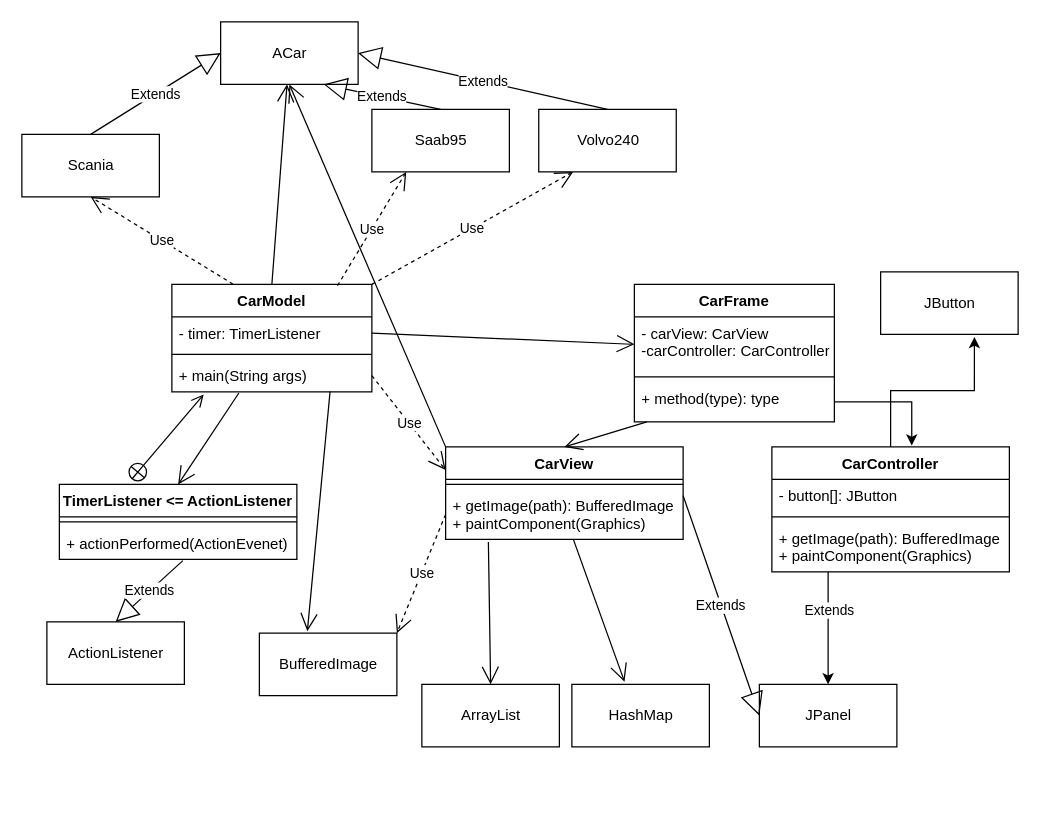
Above: Suggested Improvement.drawio in Eliasers/DIT953-lab1 (draw.io), before the change. Source tidied: cells renumbered, new cells numbered last; positions are measured from the earlier drawing's top-left corner, leaving out a move shared by most shapes. Both pictures are drawn from the tidied source at 125%, with x=0, y=0 at pixel (21, 21).
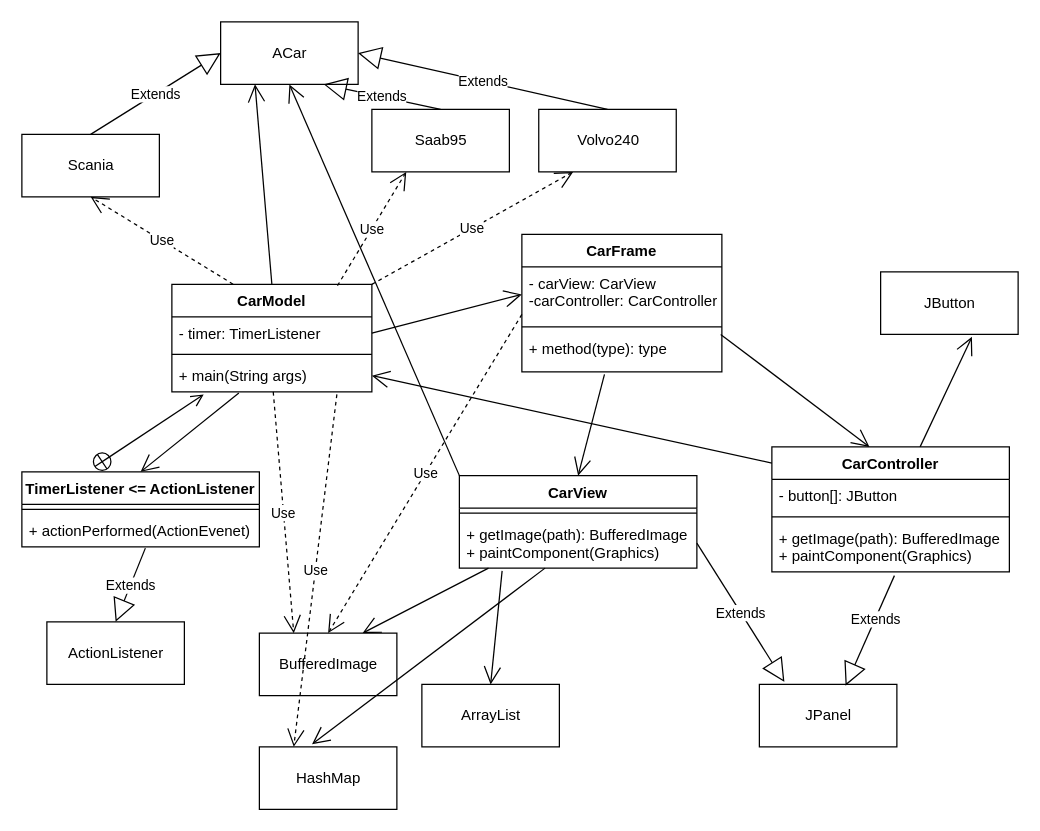
The same page after the edit.

The change refers to these unchanged cells:
```xml
<mxCell id="5" value="CarModel" style="swimlane;fontStyle=1;align=center;verticalAlign=top;horizontal=1;startSize=26;" parent="1" vertex="1">
  <mxGeometry x="120" y="210" width="160" height="86" as="geometry" />
</mxCell>
<mxCell id="8" value="+ main(String args)&#10;" style="text;strokeColor=none;fillColor=none;align=left;verticalAlign=top;spacingLeft=4;spacingRight=4;overflow=hidden;points=[[0,0.5],[1,0.5]];portConstraint=eastwest;" parent="5" vertex="1">
  <mxGeometry y="60" width="160" height="26" as="geometry" />
</mxCell>
<mxCell id="13" value="- carView: CarView&#10;-carController: CarController" style="text;strokeColor=none;fillColor=none;align=left;verticalAlign=top;spacingLeft=4;spacingRight=4;overflow=hidden;points=[[0,0.5],[1,0.5]];portConstraint=eastwest;" parent="12" vertex="1">
  <mxGeometry y="26" width="160" height="44" as="geometry" />
</mxCell>
<mxCell id="15" value="+ method(type): type" style="text;strokeColor=none;fillColor=none;align=left;verticalAlign=top;spacingLeft=4;spacingRight=4;overflow=hidden;points=[[0,0.5],[1,0.5]];portConstraint=eastwest;" parent="12" vertex="1">
  <mxGeometry y="78" width="160" height="32" as="geometry" />
</mxCell>
<mxCell id="18" value="+ getImage(path): BufferedImage&#10;+ paintComponent(Graphics)" style="text;strokeColor=none;fillColor=none;align=left;verticalAlign=top;spacingLeft=4;spacingRight=4;overflow=hidden;points=[[0,0.5],[1,0.5]];portConstraint=eastwest;" parent="16" vertex="1">
  <mxGeometry y="34" width="190" height="40" as="geometry" />
</mxCell>
<mxCell id="19" value="ACar" style="html=1;" parent="1" vertex="1">
  <mxGeometry x="159" width="110" height="50" as="geometry" />
</mxCell>
<mxCell id="24" value="JPanel" style="html=1;" parent="1" vertex="1">
  <mxGeometry x="590" y="530" width="110" height="50" as="geometry" />
</mxCell>
<mxCell id="27" value="JButton" style="html=1;" parent="1" vertex="1">
  <mxGeometry x="687" y="200" width="110" height="50" as="geometry" />
</mxCell>
<mxCell id="29" value="BufferedImage" style="html=1;" parent="1" vertex="1">
  <mxGeometry x="190" y="489" width="110" height="50" as="geometry" />
</mxCell>
<mxCell id="46" value="CarController" style="swimlane;fontStyle=1;align=center;verticalAlign=top;horizontal=1;startSize=26;" parent="1" vertex="1">
  <mxGeometry x="600" y="340" width="190" height="100" as="geometry" />
</mxCell>
<mxCell id="49" value="+ getImage(path): BufferedImage&#10;+ paintComponent(Graphics)" style="text;strokeColor=none;fillColor=none;align=left;verticalAlign=top;spacingLeft=4;spacingRight=4;overflow=hidden;points=[[0,0.5],[1,0.5]];portConstraint=eastwest;" parent="46" vertex="1">
  <mxGeometry y="60" width="190" height="40" as="geometry" />
</mxCell>
```

What changed in the source:
```diff
@@
     <mxCell id="9" value="TimerListener &lt;= ActionListener" style="swimlane;fontStyle=1;align=center;verticalAlign=top;horizontal=1;startSize=26;" parent="1" vertex="1">
-      <mxGeometry x="30" y="370" width="190" height="60" as="geometry" />
+      <mxGeometry y="360" width="190" height="60" as="geometry" />
     </mxCell>
@@
     <mxCell id="12" value="CarFrame" style="swimlane;fontStyle=1;align=center;verticalAlign=top;horizontal=1;startSize=26;" parent="1" vertex="1">
-      <mxGeometry x="490" y="210" width="160" height="110" as="geometry" />
+      <mxGeometry x="400" y="170" width="160" height="110" as="geometry" />
     </mxCell>
@@
+    <mxCell id="53" style="edgeStyle=none;jettySize=auto;html=1;entryX=0.75;entryY=0;entryDx=0;entryDy=0;endArrow=open;endFill=1;endSize=12;" parent="1" edge="1" source="16" target="29">
+      <mxGeometry relative="1" as="geometry" />
+    </mxCell>
     <mxCell id="16" value="CarView" style="swimlane;fontStyle=1;align=center;verticalAlign=top;horizontal=1;startSize=26;" parent="1" vertex="1">
-      <mxGeometry x="339" y="340" width="190" height="74" as="geometry" />
+      <mxGeometry x="350" y="363" width="190" height="74" as="geometry" />
     </mxCell>
@@
-    <mxCell id="26" style="endArrow=open;endFill=1;endSize=12;html=1;exitX=0.5;exitY=0;exitDx=0;exitDy=0;" parent="1" edge="1" source="5" target="19">
+    <mxCell id="26" style="endArrow=open;endFill=1;endSize=12;html=1;exitX=0.5;exitY=0;exitDx=0;exitDy=0;entryX=0.25;entryY=1;entryDx=0;entryDy=0;" parent="1" edge="1" source="5" target="19">
       <mxGeometry relative="1" as="geometry" />
     </mxCell>
@@
     <mxCell id="30" value="HashMap" style="html=1;" parent="1" vertex="1">
-      <mxGeometry x="440" y="530" width="110" height="50" as="geometry" />
+      <mxGeometry x="190" y="580" width="110" height="50" as="geometry" />
     </mxCell>
@@
-    <mxCell id="36" value="Extends" style="endArrow=block;endSize=16;endFill=0;html=1;exitX=1;exitY=0.5;exitDx=0;exitDy=0;entryX=0;entryY=0.5;entryDx=0;entryDy=0;" parent="1" edge="1" target="24">
-      <mxGeometry relative="1" as="geometry">
-        <mxPoint x="529" y="379" as="sourcePoint" />
-      </mxGeometry>
+    <mxCell id="36" value="Extends" style="endArrow=block;endSize=16;endFill=0;html=1;exitX=1;exitY=0.5;exitDx=0;exitDy=0;entryX=0.182;entryY=-0.04;entryDx=0;entryDy=0;entryPerimeter=0;" parent="1" edge="1" source="18" target="24">
+      <mxGeometry relative="1" as="geometry" />
     </mxCell>
@@
-    <mxCell id="39" value="Use" style="endArrow=open;endSize=12;dashed=1;html=1;exitX=0;exitY=0.5;exitDx=0;exitDy=0;entryX=1;entryY=0;entryDx=0;entryDy=0;" parent="1" edge="1" source="18" target="29">
-      <mxGeometry relative="1" as="geometry" />
-    </mxCell>
-    <mxCell id="40" style="endArrow=open;endFill=1;endSize=12;html=1;entryX=0.5;entryY=0;entryDx=0;entryDy=0;" parent="1" edge="1" target="16">
-      <mxGeometry relative="1" as="geometry">
-        <mxPoint x="500" y="320" as="sourcePoint" />
-      </mxGeometry>
+    <mxCell id="40" style="endArrow=open;endFill=1;endSize=12;html=1;entryX=0.5;entryY=0;entryDx=0;entryDy=0;exitX=0.413;exitY=1.063;exitDx=0;exitDy=0;exitPerimeter=0;" parent="1" edge="1" source="15" target="16">
+      <mxGeometry relative="1" as="geometry" />
     </mxCell>
-    <mxCell id="41" style="endArrow=open;endFill=1;endSize=12;html=1;entryX=0.349;entryY=-0.031;entryDx=0;entryDy=0;entryPerimeter=0;exitX=0.791;exitY=0.989;exitDx=0;exitDy=0;exitPerimeter=0;" parent="1" edge="1" source="8" target="29">
-      <mxGeometry relative="1" as="geometry" />
-    </mxCell>
@@
-    <mxCell id="44" value="Use" style="endArrow=open;endSize=12;dashed=1;html=1;exitX=1;exitY=0.5;exitDx=0;exitDy=0;entryX=0;entryY=0.25;entryDx=0;entryDy=0;" parent="1" edge="1" source="8" target="16">
-      <mxGeometry relative="1" as="geometry" />
-    </mxCell>
-    <mxCell id="45" style="edgeStyle=orthogonalEdgeStyle;rounded=0;jettySize=auto;html=1;entryX=0.682;entryY=1.04;entryDx=0;entryDy=0;entryPerimeter=0;" parent="1" edge="1" source="46" target="27">
+    <mxCell id="45" style="edgeStyle=none;jettySize=auto;html=1;entryX=0.664;entryY=1.04;entryDx=0;entryDy=0;entryPerimeter=0;endArrow=open;endFill=1;endSize=12;" parent="1" edge="1" source="46" target="27">
       <mxGeometry relative="1" as="geometry" />
     </mxCell>
@@
-    <mxCell id="50" style="edgeStyle=orthogonalEdgeStyle;rounded=0;jettySize=auto;html=1;entryX=0.589;entryY=-0.01;entryDx=0;entryDy=0;entryPerimeter=0;" parent="1" edge="1" source="15" target="46">
+    <mxCell id="50" style="edgeStyle=none;jettySize=auto;html=1;entryX=0.411;entryY=0;entryDx=0;entryDy=0;entryPerimeter=0;endArrow=open;endFill=1;endSize=12;exitX=0.994;exitY=0.063;exitDx=0;exitDy=0;exitPerimeter=0;" parent="1" edge="1" source="15" target="46">
       <mxGeometry relative="1" as="geometry" />
     </mxCell>
-    <mxCell id="51" style="edgeStyle=orthogonalEdgeStyle;rounded=0;jettySize=auto;html=1;entryX=0.5;entryY=0;entryDx=0;entryDy=0;" parent="1" edge="1" source="49" target="24">
-      <mxGeometry relative="1" as="geometry">
-        <Array as="points">
-          <mxPoint x="645" y="460" />
-          <mxPoint x="645" y="460" />
-        </Array>
-      </mxGeometry>
+    <mxCell id="51" style="endArrow=block;endSize=16;endFill=0;html=1;exitX=0.516;exitY=1.075;exitDx=0;exitDy=0;entryX=0.627;entryY=0.02;entryDx=0;entryDy=0;entryPerimeter=0;exitPerimeter=0;" parent="1" edge="1" source="49" target="24">
+      <mxGeometry relative="1" as="geometry" />
     </mxCell>
     <mxCell id="52" value="Extends" style="edgeLabel;html=1;align=center;verticalAlign=middle;" parent="51" vertex="1">
-      <mxGeometry x="-0.82" y="-3" relative="1" as="geometry">
-        <mxPoint x="3" y="22" as="offset" />
-      </mxGeometry>
+      <mxGeometry x="-0.22" relative="1" as="geometry" />
     </mxCell>
+    <mxCell id="54" style="edgeStyle=none;jettySize=auto;html=1;entryX=1;entryY=0.5;entryDx=0;entryDy=0;endArrow=open;endFill=1;endSize=12;" parent="1" edge="1" target="8">
+      <mxGeometry relative="1" as="geometry">
+        <mxPoint x="600" y="353" as="sourcePoint" />
+      </mxGeometry>
+    </mxCell>
+    <mxCell id="55" value="Use" style="endArrow=open;endSize=12;dashed=1;html=1;entryX=0.5;entryY=0;entryDx=0;entryDy=0;exitX=0;exitY=0.864;exitDx=0;exitDy=0;exitPerimeter=0;" parent="1" edge="1" source="13" target="29">
+      <mxGeometry relative="1" as="geometry" />
+    </mxCell>
+    <mxCell id="41" value="Use" style="endArrow=open;endSize=12;dashed=1;html=1;entryX=0.25;entryY=0;entryDx=0;entryDy=0;" parent="1" edge="1" source="8" target="29">
+      <mxGeometry relative="1" as="geometry" />
+    </mxCell>
+    <mxCell id="56" value="Use" style="endArrow=open;endSize=12;dashed=1;html=1;entryX=0.25;entryY=0;entryDx=0;entryDy=0;exitX=0.825;exitY=1.077;exitDx=0;exitDy=0;exitPerimeter=0;" parent="1" edge="1" source="8" target="30">
+      <mxGeometry relative="1" as="geometry" />
+    </mxCell>
```
